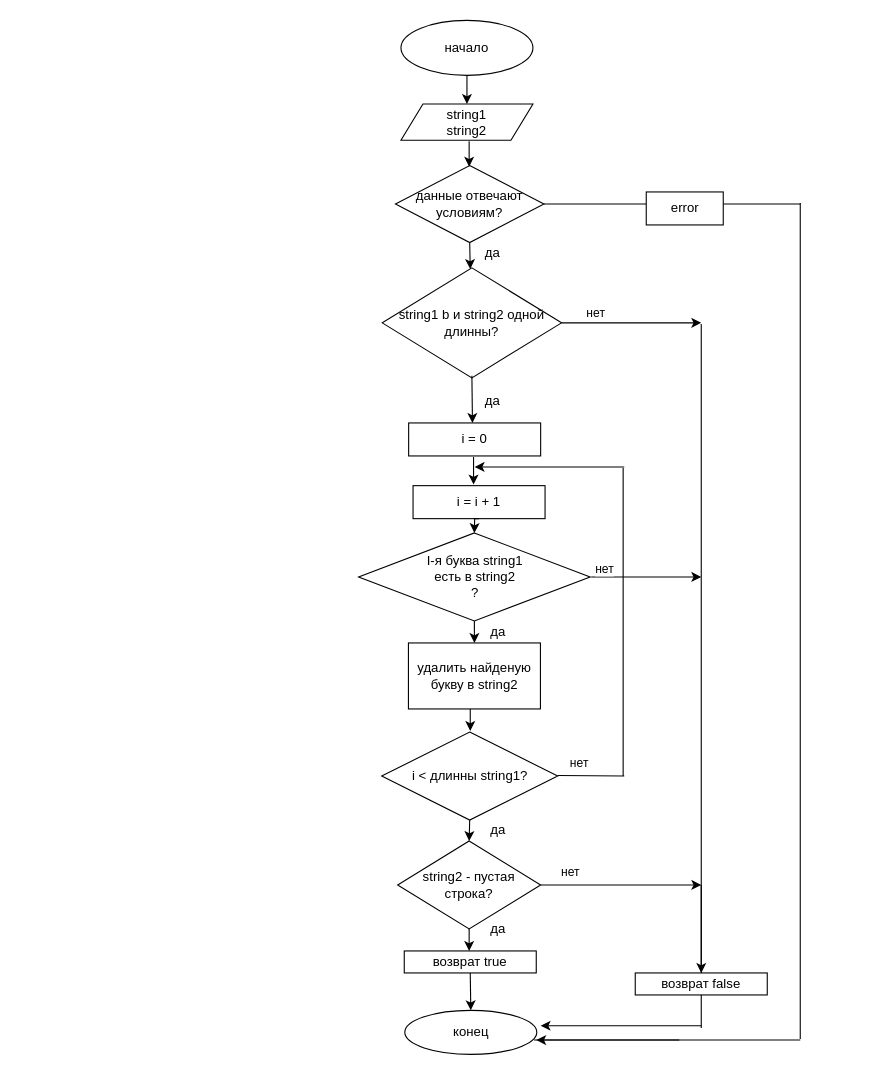
tsachkova/base keeps this draw.io diagram as Untitled Diagram.drawio. Above is the earlier version. Source tidied: cells renumbered, new cells numbered last; positions are measured from the earlier drawing's top-left corner, leaving out a move shared by most shapes. Both pictures are drawn from the tidied source at 110%, with x=0, y=0 at pixel (358, 20).
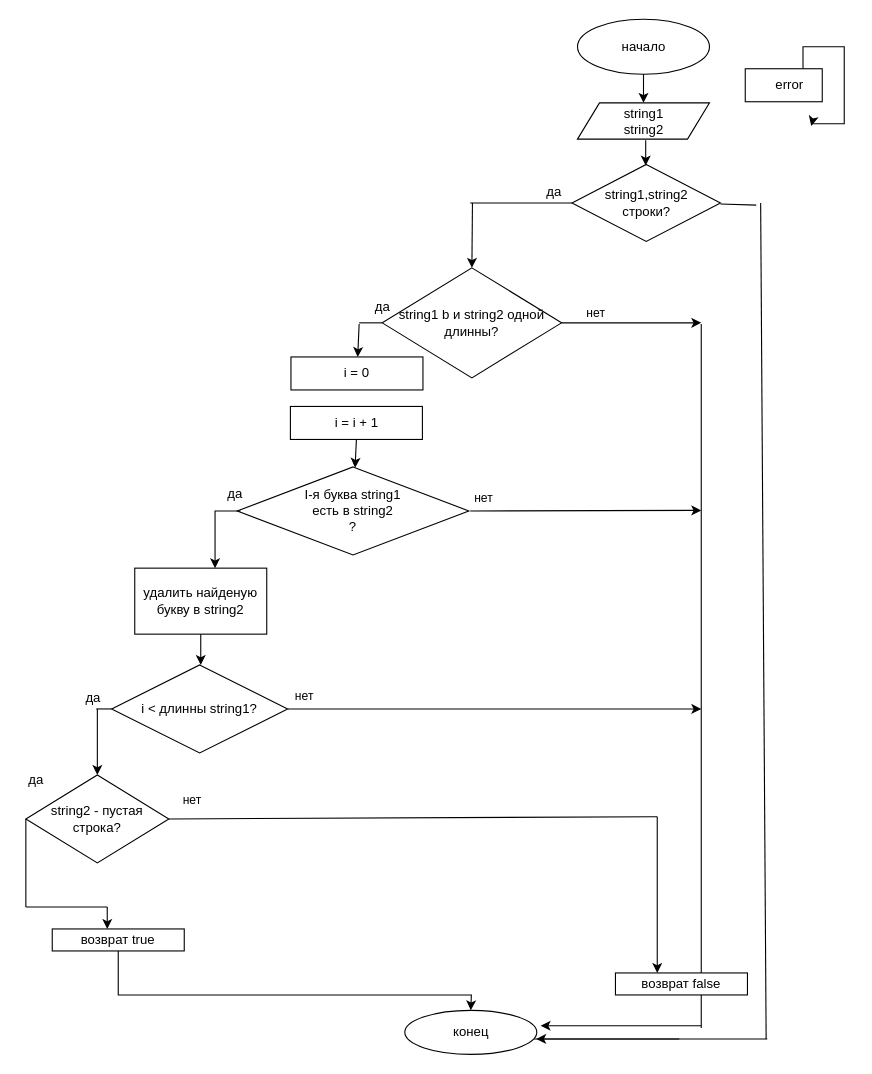
After the change.

The change refers to these unchanged cells:
```xml
<mxCell id="6" value="string1 b и string2 одной длинны?" style="rhombus;whiteSpace=wrap;html=1;" parent="1" vertex="1">
  <mxGeometry x="22" y="225" width="163" height="100" as="geometry" />
</mxCell>
<mxCell id="33" value="конец" style="ellipse;whiteSpace=wrap;html=1;" parent="1" vertex="1">
  <mxGeometry x="42.5" y="900" width="120" height="40" as="geometry" />
</mxCell>
```

Diff of the diagram source:
```diff
@@
     <mxCell id="2" value="&lt;div&gt;string1&lt;/div&gt;&lt;div&gt;string2&lt;br&gt;&lt;/div&gt;" style="shape=parallelogram;perimeter=parallelogramPerimeter;whiteSpace=wrap;html=1;fixedSize=1;" parent="1" vertex="1">
-      <mxGeometry x="39" y="76" width="120" height="33" as="geometry" />
+      <mxGeometry x="199.5" y="75" width="120" height="33" as="geometry" />
     </mxCell>
     <mxCell id="3" value="начало" style="ellipse;whiteSpace=wrap;html=1;" parent="1" vertex="1">
-      <mxGeometry x="39" width="120" height="50" as="geometry" />
+      <mxGeometry x="199.5" y="-1" width="120" height="50" as="geometry" />
     </mxCell>
-    <mxCell id="4" value="данные отвечают условиям?" style="rhombus;whiteSpace=wrap;html=1;" parent="1" vertex="1">
-      <mxGeometry x="34" y="132" width="135" height="70" as="geometry" />
+    <mxCell id="4" value="&lt;div&gt;string1,string2&lt;/div&gt;&lt;div&gt;строки?&lt;br&gt;&lt;/div&gt;" style="rhombus;whiteSpace=wrap;html=1;" parent="1" vertex="1">
+      <mxGeometry x="194.5" y="131" width="135" height="70" as="geometry" />
     </mxCell>
-    <mxCell id="5" style="endArrow=classic;html=1;rounded=0;exitX=0.5;exitY=1;exitDx=0;exitDy=0;" parent="1" edge="1" source="4">
-      <mxGeometry relative="1" as="geometry">
-        <mxPoint x="102" y="226" as="targetPoint" />
-      </mxGeometry>
-    </mxCell>
@@
     <mxCell id="7" value="i &amp;lt; длинны string1?" style="rhombus;whiteSpace=wrap;html=1;" parent="1" vertex="1">
-      <mxGeometry x="21.5" y="647" width="160" height="80" as="geometry" />
+      <mxGeometry x="-224" y="586" width="160" height="80" as="geometry" />
     </mxCell>
-    <mxCell id="8" style="endArrow=classic;html=1;rounded=0;" parent="1" edge="1">
-      <mxGeometry relative="1" as="geometry">
-        <mxPoint x="103.5" y="323" as="sourcePoint" />
-        <mxPoint x="104" y="366" as="targetPoint" />
-      </mxGeometry>
-    </mxCell>
     <mxCell id="9" value="&lt;div&gt;I-я буква string1&lt;/div&gt;&lt;div&gt;есть в string2&lt;br&gt;&lt;/div&gt;?" style="rhombus;whiteSpace=wrap;html=1;" parent="1" vertex="1">
-      <mxGeometry x="0.5" y="466" width="210.5" height="80" as="geometry" />
+      <mxGeometry x="-109.8" y="406" width="210.5" height="80" as="geometry" />
     </mxCell>
     <mxCell id="10" value="удалить найденую букву в string2" style="rounded=0;whiteSpace=wrap;html=1;" parent="1" vertex="1">
-      <mxGeometry x="45.8" y="566" width="120" height="60" as="geometry" />
+      <mxGeometry x="-203" y="498" width="120" height="60" as="geometry" />
     </mxCell>
     <mxCell id="11" value="i = 0" style="rounded=0;whiteSpace=wrap;html=1;" parent="1" vertex="1">
-      <mxGeometry x="46" y="366" width="120" height="30" as="geometry" />
+      <mxGeometry x="-61" y="306" width="120" height="30" as="geometry" />
     </mxCell>
     <mxCell id="12" value="i = i + 1" style="rounded=0;whiteSpace=wrap;html=1;" parent="1" vertex="1">
-      <mxGeometry x="50" y="423" width="120" height="30" as="geometry" />
+      <mxGeometry x="-61.5" y="351" width="120" height="30" as="geometry" />
     </mxCell>
-    <mxCell id="13" style="endArrow=classic;html=1;rounded=0;" parent="1" edge="1">
-      <mxGeometry relative="1" as="geometry">
-        <mxPoint x="105" y="397" as="sourcePoint" />
-        <mxPoint x="105" y="422" as="targetPoint" />
-      </mxGeometry>
-    </mxCell>
-    <mxCell id="14" style="endArrow=classic;html=1;rounded=0;exitX=0.5;exitY=1;exitDx=0;exitDy=0;entryX=0.5;entryY=0;entryDx=0;entryDy=0;" parent="1" edge="1" source="12" target="9">
-      <mxGeometry relative="1" as="geometry">
-        <Array as="points">
-          <mxPoint x="106" y="453" />
-        </Array>
-      </mxGeometry>
-    </mxCell>
-    <mxCell id="15" style="endArrow=classic;html=1;rounded=0;exitX=0.5;exitY=1;exitDx=0;exitDy=0;entryX=0.5;entryY=0;entryDx=0;entryDy=0;" parent="1" edge="1" source="9" target="10">
-      <mxGeometry relative="1" as="geometry" />
+    <mxCell id="15" style="endArrow=classic;html=1;rounded=0;exitX=0;exitY=0.5;exitDx=0;exitDy=0;entryX=0.5;entryY=0;entryDx=0;entryDy=0;" parent="1" edge="1">
+      <mxGeometry relative="1" as="geometry">
+        <mxPoint x="-106.8" y="446" as="sourcePoint" />
+        <mxPoint x="-130" y="498" as="targetPoint" />
+        <Array as="points">
+          <mxPoint x="-130" y="446" />
+        </Array>
+      </mxGeometry>
     </mxCell>
-    <mxCell id="16" style="endArrow=classic;html=1;rounded=0;" parent="1" edge="1">
+    <mxCell id="16" style="endArrow=classic;html=1;rounded=0;" parent="1" edge="1" source="10">
       <mxGeometry relative="1" as="geometry">
-        <mxPoint x="102" y="626" as="sourcePoint" />
-        <mxPoint x="102" y="646" as="targetPoint" />
+        <mxPoint x="-143" y="586" as="targetPoint" />
       </mxGeometry>
     </mxCell>
-    <mxCell id="17" style="endArrow=none;html=1;rounded=0;" parent="1" edge="1">
-      <mxGeometry relative="1" as="geometry">
-        <mxPoint x="241" y="687" as="sourcePoint" />
-        <mxPoint x="241" y="407" as="targetPoint" />
-      </mxGeometry>
-    </mxCell>
-    <mxCell id="18" style="endArrow=none;html=1;rounded=0;" parent="1" edge="1">
-      <mxGeometry relative="1" as="geometry">
-        <mxPoint x="181.5" y="686.5" as="sourcePoint" />
-        <mxPoint x="242" y="687" as="targetPoint" />
-      </mxGeometry>
-    </mxCell>
-    <mxCell id="19" style="endArrow=classic;html=1;rounded=0;entryX=0.933;entryY=0;entryDx=0;entryDy=0;entryPerimeter=0;" parent="1" edge="1">
-      <mxGeometry relative="1" as="geometry">
-        <mxPoint x="242" y="406" as="sourcePoint" />
-        <mxPoint x="106" y="406" as="targetPoint" />
-      </mxGeometry>
-    </mxCell>
     <mxCell id="20" value="&lt;div&gt;string2 - пустая&lt;/div&gt;&lt;div&gt;строка?&lt;br&gt;&lt;/div&gt;" style="rhombus;whiteSpace=wrap;html=1;" parent="1" vertex="1">
-      <mxGeometry x="36" y="746" width="130" height="80" as="geometry" />
+      <mxGeometry x="-302" y="686" width="130" height="80" as="geometry" />
     </mxCell>
-    <mxCell id="21" style="endArrow=classic;html=1;rounded=0;exitX=0.5;exitY=1;exitDx=0;exitDy=0;entryX=0.5;entryY=0;entryDx=0;entryDy=0;" parent="1" edge="1" source="7" target="20">
-      <mxGeometry relative="1" as="geometry" />
-    </mxCell>
-    <mxCell id="22" style="endArrow=classic;html=1;rounded=0;exitX=1;exitY=0.5;exitDx=0;exitDy=0;" parent="1" edge="1" source="20">
-      <mxGeometry relative="1" as="geometry">
-        <mxPoint x="312" y="786" as="targetPoint" />
-      </mxGeometry>
-    </mxCell>
     <mxCell id="23" style="endArrow=none;html=1;rounded=0;exitX=1;exitY=0.5;exitDx=0;exitDy=0;" parent="1" edge="1">
       <mxGeometry relative="1" as="geometry">
-        <mxPoint x="169" y="167" as="sourcePoint" />
-        <mxPoint x="402" y="167" as="targetPoint" />
+        <mxPoint x="329.5" y="167" as="sourcePoint" />
+        <mxPoint x="362" y="168" as="targetPoint" />
       </mxGeometry>
     </mxCell>
@@
     <mxCell id="25" style="endArrow=classic;html=1;rounded=0;" parent="1" edge="1">
       <mxGeometry relative="1" as="geometry">
-        <mxPoint x="212" y="506" as="sourcePoint" />
-        <mxPoint x="312" y="506" as="targetPoint" />
+        <mxPoint x="102" y="446" as="sourcePoint" />
+        <mxPoint x="312" y="445.5" as="targetPoint" />
       </mxGeometry>
     </mxCell>
@@
     <mxCell id="28" value="нет" style="edgeLabel;html=1;align=center;verticalAlign=middle;" parent="1" vertex="1">
-      <mxGeometry x="262" y="381" as="geometry">
+      <mxGeometry x="152" y="316" as="geometry">
         <mxPoint x="-39" y="117" as="offset" />
       </mxGeometry>
     </mxCell>
     <mxCell id="29" value="нет" style="edgeLabel;html=1;align=center;verticalAlign=middle;" parent="1" vertex="1">
-      <mxGeometry x="222" y="386" as="geometry">
+      <mxGeometry x="-28" y="325" as="geometry">
         <mxPoint x="-22" y="288" as="offset" />
       </mxGeometry>
     </mxCell>
     <mxCell id="30" value="нет" style="edgeLabel;html=1;align=center;verticalAlign=middle;" parent="1" vertex="1">
-      <mxGeometry x="166" y="486" as="geometry">
+      <mxGeometry x="-178" y="421" as="geometry">
         <mxPoint x="26" y="287" as="offset" />
       </mxGeometry>
     </mxCell>
     <mxCell id="31" value="возврат true" style="rounded=0;whiteSpace=wrap;html=1;" parent="1" vertex="1">
-      <mxGeometry x="42" y="846" width="120" height="20" as="geometry" />
+      <mxGeometry x="-278" y="826" width="120" height="20" as="geometry" />
     </mxCell>
     <mxCell id="32" value="возврат false" style="rounded=0;whiteSpace=wrap;html=1;" parent="1" vertex="1">
-      <mxGeometry x="252" y="866" width="120" height="20" as="geometry" />
+      <mxGeometry x="234" y="866" width="120" height="20" as="geometry" />
     </mxCell>
@@
     <mxCell id="34" style="endArrow=classic;html=1;rounded=0;exitX=0.5;exitY=1;exitDx=0;exitDy=0;entryX=0.5;entryY=0;entryDx=0;entryDy=0;" parent="1" edge="1" source="31" target="33">
-      <mxGeometry relative="1" as="geometry" />
+      <mxGeometry relative="1" as="geometry">
+        <Array as="points">
+          <mxPoint x="-218" y="886" />
+          <mxPoint x="103" y="886" />
+        </Array>
+      </mxGeometry>
     </mxCell>
-    <mxCell id="35" style="endArrow=classic;html=1;rounded=0;exitX=0.5;exitY=1;exitDx=0;exitDy=0;" parent="1" edge="1" source="20">
-      <mxGeometry relative="1" as="geometry">
-        <mxPoint x="101" y="846" as="targetPoint" />
-      </mxGeometry>
-    </mxCell>
@@
-    <mxCell id="37" style="endArrow=classic;html=1;rounded=0;entryX=0.5;entryY=0;entryDx=0;entryDy=0;" parent="1" edge="1" target="32">
-      <mxGeometry relative="1" as="geometry">
-        <mxPoint x="312" y="786" as="sourcePoint" />
-      </mxGeometry>
-    </mxCell>
     <mxCell id="38" style="endArrow=none;html=1;rounded=0;" parent="1" edge="1">
       <mxGeometry relative="1" as="geometry">
-        <mxPoint x="402" y="926" as="sourcePoint" />
-        <mxPoint x="402" y="166" as="targetPoint" />
+        <mxPoint x="371" y="926" as="sourcePoint" />
+        <mxPoint x="366" y="166" as="targetPoint" />
       </mxGeometry>
     </mxCell>
     <mxCell id="39" style="endArrow=none;html=1;rounded=0;exitX=0.979;exitY=0.7;exitDx=0;exitDy=0;exitPerimeter=0;" parent="1" edge="1">
       <mxGeometry relative="1" as="geometry">
-        <mxPoint x="160" y="927" as="sourcePoint" />
-        <mxPoint x="402" y="927" as="targetPoint" />
+        <mxPoint x="160" y="926" as="sourcePoint" />
+        <mxPoint x="372" y="926" as="targetPoint" />
       </mxGeometry>
     </mxCell>
     <mxCell id="40" style="endArrow=classic;html=1;rounded=0;" parent="1" edge="1">
       <mxGeometry relative="1" as="geometry">
-        <mxPoint x="292" y="927" as="sourcePoint" />
-        <mxPoint x="162" y="927" as="targetPoint" />
+        <mxPoint x="292" y="926" as="sourcePoint" />
+        <mxPoint x="162" y="926" as="targetPoint" />
       </mxGeometry>
     </mxCell>
+    <mxCell id="50" style="edgeStyle=orthogonalEdgeStyle;rounded=0;jettySize=auto;html=1;exitX=0.75;exitY=0;exitDx=0;exitDy=0;" parent="1" edge="1" source="41">
+      <mxGeometry relative="1" as="geometry">
+        <mxPoint x="412" y="96" as="targetPoint" />
+      </mxGeometry>
+    </mxCell>
     <mxCell id="41" style="rounded=0;whiteSpace=wrap;html=1;" parent="1" vertex="1">
-      <mxGeometry x="262" y="156" width="70" height="30" as="geometry" />
+      <mxGeometry x="352" y="44" width="70" height="30" as="geometry" />
     </mxCell>
     <mxCell id="42" value="error" style="text;html=1;align=center;verticalAlign=middle;strokeColor=none;fillColor=none;" parent="1" vertex="1">
-      <mxGeometry x="277" y="161" width="40" height="20" as="geometry" />
+      <mxGeometry x="372" y="49" width="40" height="20" as="geometry" />
     </mxCell>
@@
     <mxCell id="44" style="endArrow=classic;html=1;rounded=0;" parent="1" edge="1">
       <mxGeometry relative="1" as="geometry">
-        <mxPoint x="101" y="110" as="sourcePoint" />
-        <mxPoint x="101" y="133" as="targetPoint" />
+        <mxPoint x="261.5" y="109" as="sourcePoint" />
+        <mxPoint x="261.5" y="132" as="targetPoint" />
       </mxGeometry>
     </mxCell>
     <mxCell id="45" value="да" style="text;html=1;align=center;verticalAlign=middle;strokeColor=none;fillColor=none;" parent="1" vertex="1">
-      <mxGeometry x="112" y="546" width="30" height="20" as="geometry" />
+      <mxGeometry x="-126.8" y="421" width="30" height="20" as="geometry" />
     </mxCell>
     <mxCell id="46" value="да" style="text;html=1;align=center;verticalAlign=middle;strokeColor=none;fillColor=none;" parent="1" vertex="1">
-      <mxGeometry x="112" y="726" width="30" height="20" as="geometry" />
+      <mxGeometry x="-256" y="606" width="30" height="20" as="geometry" />
     </mxCell>
     <mxCell id="47" value="да" style="text;html=1;align=center;verticalAlign=middle;strokeColor=none;fillColor=none;" parent="1" vertex="1">
-      <mxGeometry x="107" y="336" width="30" height="20" as="geometry" />
+      <mxGeometry x="7" y="251" width="30" height="20" as="geometry" />
     </mxCell>
     <mxCell id="48" value="да" style="text;html=1;align=center;verticalAlign=middle;strokeColor=none;fillColor=none;" parent="1" vertex="1">
-      <mxGeometry x="107" y="202" width="30" height="20" as="geometry" />
+      <mxGeometry x="162.5" y="146" width="30" height="20" as="geometry" />
     </mxCell>
     <mxCell id="49" value="да" style="text;html=1;align=center;verticalAlign=middle;strokeColor=none;fillColor=none;" parent="1" vertex="1">
-      <mxGeometry x="112" y="816" width="30" height="20" as="geometry" />
+      <mxGeometry x="-308" y="681" width="30" height="20" as="geometry" />
     </mxCell>
+    <mxCell id="51" style="endArrow=classic;html=1;rounded=0;entryX=0.5;entryY=0;entryDx=0;entryDy=0;" parent="1" edge="1" target="6">
+      <mxGeometry relative="1" as="geometry">
+        <mxPoint x="104" y="166" as="sourcePoint" />
+      </mxGeometry>
+    </mxCell>
+    <mxCell id="52" style="endArrow=none;html=1;rounded=0;" parent="1" edge="1" target="4">
+      <mxGeometry relative="1" as="geometry">
+        <mxPoint x="102" y="166" as="sourcePoint" />
+      </mxGeometry>
+    </mxCell>
+    <mxCell id="53" style="endArrow=none;html=1;rounded=0;" parent="1" edge="1">
+      <mxGeometry relative="1" as="geometry">
+        <mxPoint x="22" y="275" as="sourcePoint" />
+        <mxPoint x="1" y="275" as="targetPoint" />
+      </mxGeometry>
+    </mxCell>
+    <mxCell id="54" style="endArrow=classic;html=1;rounded=0;" parent="1" edge="1" target="11">
+      <mxGeometry relative="1" as="geometry">
+        <mxPoint x="1" y="276" as="sourcePoint" />
+      </mxGeometry>
+    </mxCell>
+    <mxCell id="14" style="endArrow=classic;html=1;rounded=0;exitX=0.5;exitY=1;exitDx=0;exitDy=0;" parent="1" edge="1" source="12" target="9">
+      <mxGeometry relative="1" as="geometry" />
+    </mxCell>
+    <mxCell id="55" style="endArrow=classic;html=1;rounded=0;" parent="1" edge="1" target="20">
+      <mxGeometry relative="1" as="geometry">
+        <mxPoint x="-237" y="626" as="sourcePoint" />
+      </mxGeometry>
+    </mxCell>
+    <mxCell id="56" style="endArrow=none;html=1;rounded=0;" parent="1" edge="1" target="7">
+      <mxGeometry relative="1" as="geometry">
+        <mxPoint x="-238" y="626" as="sourcePoint" />
+      </mxGeometry>
+    </mxCell>
+    <mxCell id="57" style="endArrow=none;html=1;rounded=0;entryX=0;entryY=0.5;entryDx=0;entryDy=0;" parent="1" edge="1" target="20">
+      <mxGeometry relative="1" as="geometry">
+        <mxPoint x="-302" y="806" as="sourcePoint" />
+      </mxGeometry>
+    </mxCell>
+    <mxCell id="58" style="endArrow=none;html=1;rounded=0;" parent="1" edge="1">
+      <mxGeometry relative="1" as="geometry">
+        <mxPoint x="-302" y="806" as="sourcePoint" />
+        <mxPoint x="-228" y="806" as="targetPoint" />
+      </mxGeometry>
+    </mxCell>
+    <mxCell id="59" style="endArrow=classic;html=1;rounded=0;" parent="1" edge="1">
+      <mxGeometry relative="1" as="geometry">
+        <mxPoint x="-228" y="806" as="sourcePoint" />
+        <mxPoint x="-228" y="826" as="targetPoint" />
+      </mxGeometry>
+    </mxCell>
+    <mxCell id="60" style="endArrow=none;html=1;rounded=0;exitX=1;exitY=0.5;exitDx=0;exitDy=0;" parent="1" edge="1" source="20">
+      <mxGeometry relative="1" as="geometry">
+        <mxPoint x="272" y="724" as="targetPoint" />
+      </mxGeometry>
+    </mxCell>
+    <mxCell id="61" style="endArrow=classic;html=1;rounded=0;" parent="1" edge="1">
+      <mxGeometry relative="1" as="geometry">
+        <mxPoint x="272" y="724" as="sourcePoint" />
+        <mxPoint x="272" y="866" as="targetPoint" />
+      </mxGeometry>
+    </mxCell>
+    <mxCell id="62" style="endArrow=classic;html=1;rounded=0;exitX=1;exitY=0.5;exitDx=0;exitDy=0;" parent="1" edge="1" source="7">
+      <mxGeometry relative="1" as="geometry">
+        <mxPoint x="312" y="626" as="targetPoint" />
+      </mxGeometry>
+    </mxCell>
```
